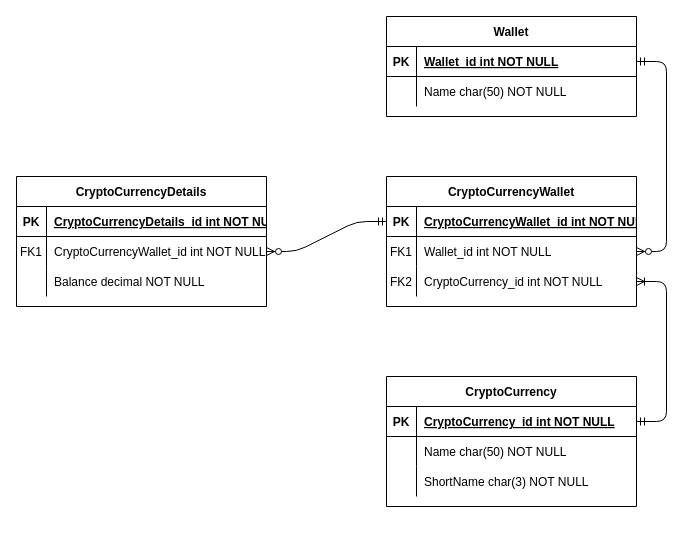
Above: Documentation/Mockups/UML.drawio in Total1880/OlavCrypto (draw.io), before the change. Source tidied: cells renumbered, new cells numbered last; positions are measured from the earlier drawing's top-left corner, leaving out a move shared by most shapes. Both pictures are drawn from the tidied source at 100%, with x=0, y=0 at pixel (16, 16).
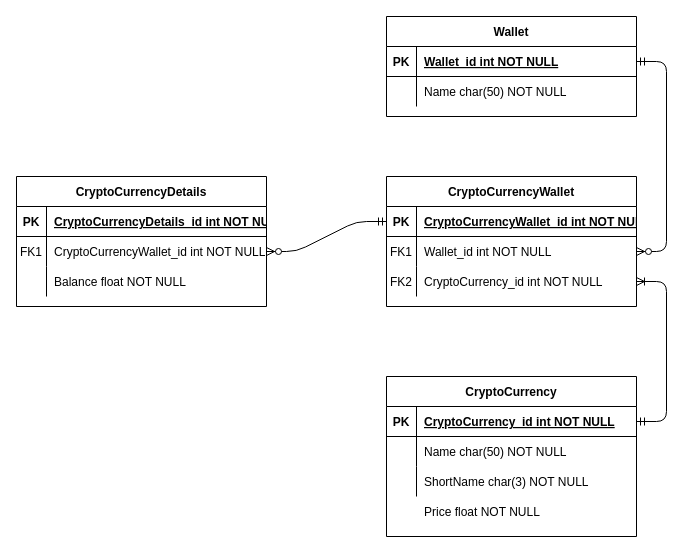
Above is the later version.

The change refers to these unchanged cells:
```xml
<mxCell id="40" style="shape=partialRectangle;fillColor=none;top=0;left=0;right=0;bottom=0;" parent="33" vertex="1">
  <mxGeometry y="90" width="250" height="30" as="geometry" />
</mxCell>
```

The edit, as a diff of the source:
```diff
@@
     <mxCell id="23" value="CryptoCurrency" style="shape=table;startSize=30;childLayout=tableLayout;rowLines=0;fontStyle=1;align=center;" parent="1" vertex="1">
-      <mxGeometry x="370" y="360" width="250" height="130" as="geometry" />
+      <mxGeometry x="370" y="360" width="250" height="160" as="geometry" />
     </mxCell>
@@
-    <mxCell id="42" value="Balance decimal NOT NULL" style="shape=partialRectangle;overflow=hidden;fillColor=none;top=0;left=0;bottom=0;right=0;align=left;spacingLeft=6;" parent="40" vertex="1">
+    <mxCell id="42" value="Balance float NOT NULL" style="shape=partialRectangle;overflow=hidden;fillColor=none;top=0;left=0;bottom=0;right=0;align=left;spacingLeft=6;" parent="40" vertex="1">
       <mxGeometry x="30" width="220" height="30" as="geometry" />
     </mxCell>
+    <mxCell id="43" value="Price float NOT NULL" style="shape=partialRectangle;overflow=hidden;fillColor=none;top=0;left=0;bottom=0;right=0;align=left;spacingLeft=6;" parent="1" vertex="1">
+      <mxGeometry x="400" y="480" width="220" height="30" as="geometry" />
+    </mxCell>
```
